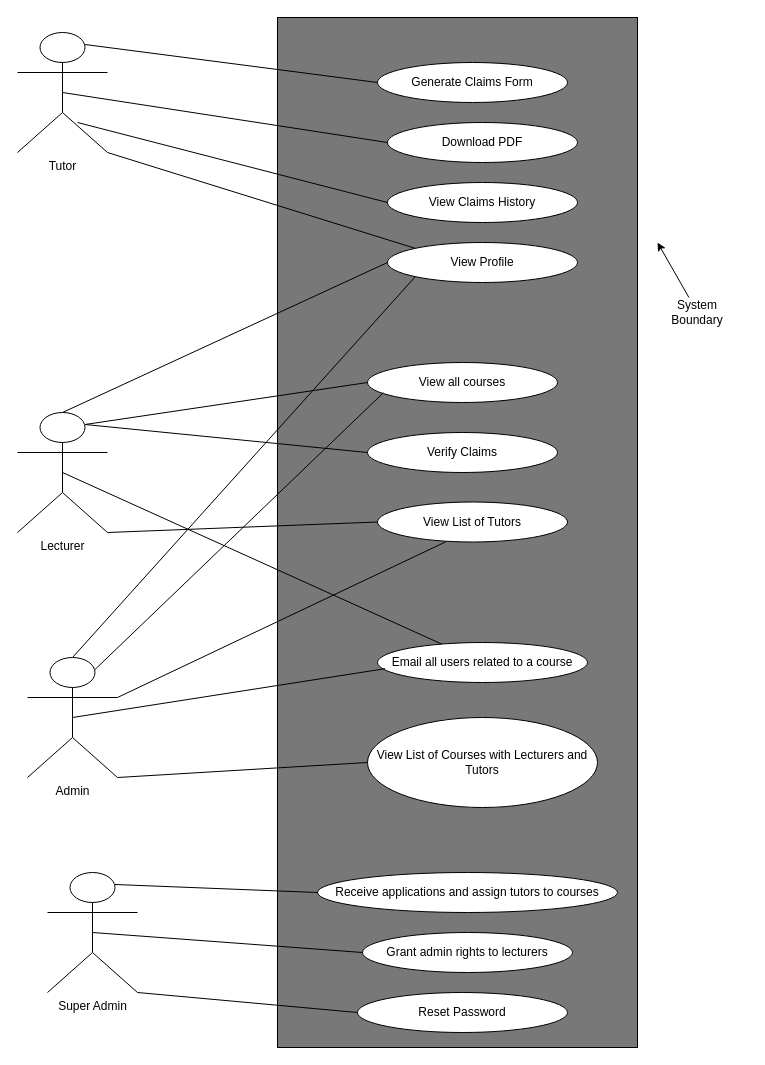
Earlier version of the draw.io diagram SD Diagrams xml/UseCaseWebsite.drawio (aalphanomad/Software_Design_Project). Source tidied: cells renumbered, new cells numbered last; positions are measured from the earlier drawing's top-left corner, leaving out a move shared by most shapes. Both pictures are drawn from the tidied source at 100%, with x=0, y=0 at pixel (17, 17).
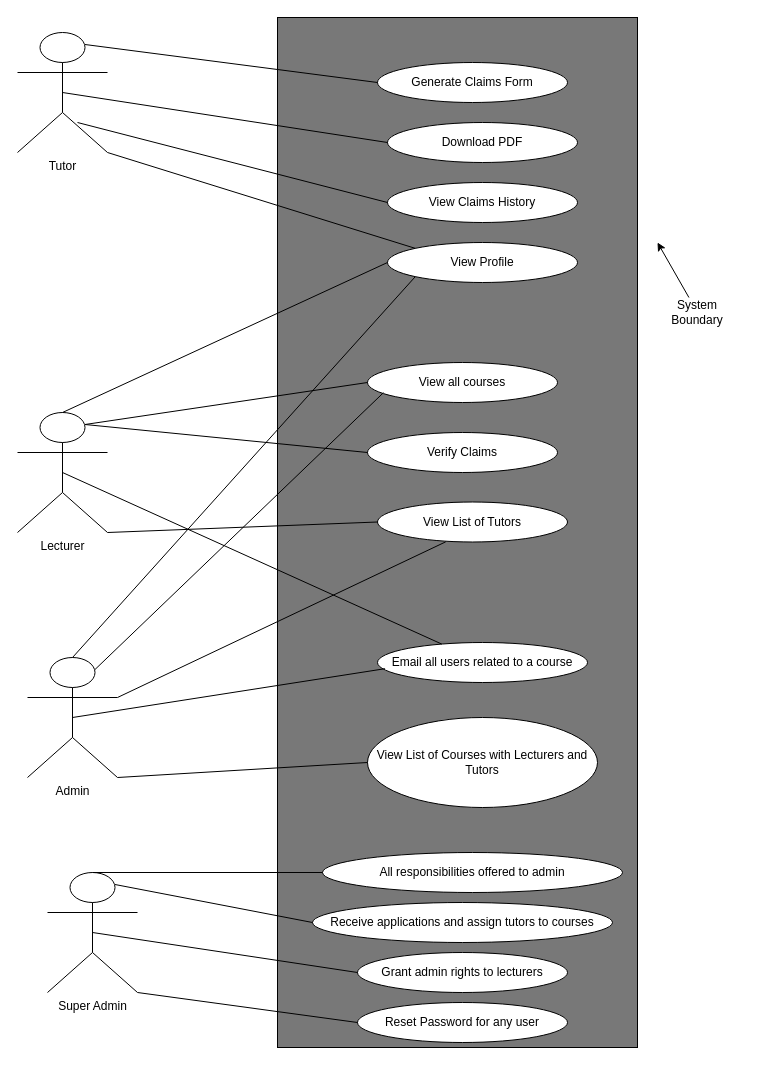
Above is the later version.

Commit message:
Updated use case

The change refers to these unchanged cells:
```xml
<mxCell id="29" value="Super Admin" style="shape=umlActor;verticalLabelPosition=bottom;labelBackgroundColor=#ffffff;verticalAlign=top;html=1;outlineConnect=0;" parent="1" vertex="1">
  <mxGeometry x="30" y="855" width="90" height="120" as="geometry" />
</mxCell>
```

Change to the diagram source:
```diff
@@
-    <mxCell id="30" value="Reset Password" style="ellipse;whiteSpace=wrap;html=1;" parent="1" vertex="1">
-      <mxGeometry x="340" y="975" width="210" height="40" as="geometry" />
+    <mxCell id="30" value="Reset Password for any user" style="ellipse;whiteSpace=wrap;html=1;" parent="1" vertex="1">
+      <mxGeometry x="340" y="985" width="210" height="40" as="geometry" />
     </mxCell>
     <mxCell id="31" value="Receive applications and assign tutors to courses" style="ellipse;whiteSpace=wrap;html=1;" parent="1" vertex="1">
-      <mxGeometry x="300" y="855" width="300" height="40" as="geometry" />
+      <mxGeometry x="295" y="885" width="300" height="40" as="geometry" />
     </mxCell>
     <mxCell id="32" value="Grant admin rights to lecturers" style="ellipse;whiteSpace=wrap;html=1;" parent="1" vertex="1">
-      <mxGeometry x="345" y="915" width="210" height="40" as="geometry" />
+      <mxGeometry x="340" y="935" width="210" height="40" as="geometry" />
     </mxCell>
@@
+    <mxCell id="38" value="All responsibilities offered to admin" style="ellipse;whiteSpace=wrap;html=1;" parent="1" vertex="1">
+      <mxGeometry x="305" y="835" width="300" height="40" as="geometry" />
+    </mxCell>
+    <mxCell id="39" style="endArrow=none;html=1;entryX=0;entryY=0.5;entryDx=0;entryDy=0;exitX=0.5;exitY=0;exitDx=0;exitDy=0;exitPerimeter=0;" parent="1" edge="1" source="29" target="38">
+      <mxGeometry relative="1" as="geometry" />
+    </mxCell>
```
